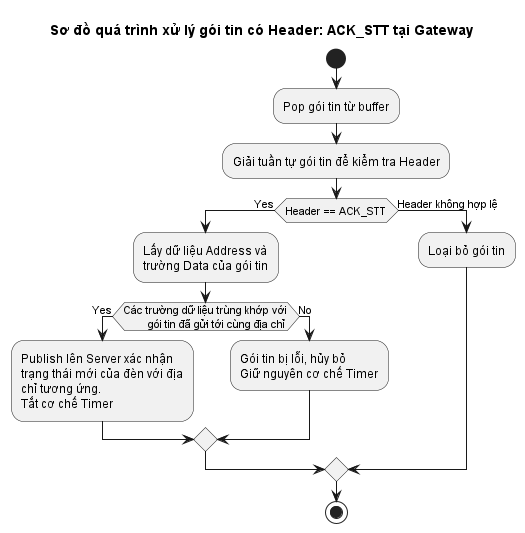
The PlantUML diagram design/out/gateway_ack/gateway_ack.png in laduc11/light_system_iot, before a commit. Source of this version:
```plantuml
@startuml gateway_ack
title Sơ đồ quá trình xử lý gói tin có Header: ACK_STT tại Gateway

start
    :Pop gói tin từ buffer;
    :Giải tuần tự gói tin để kiểm tra Header;

    if (Header == ACK_STT) then (Yes)
        :Lấy dữ liệu Address và
        trường Data của gói tin;
        if (Các trường dữ liệu trùng khớp với
        gói tin đã gửi tới cùng địa chỉ) then (Yes)
            :Publish lên Server xác nhận
            trạng thái mới của đèn với địa
            chỉ tương ứng.
            Tắt cơ chế Timer;
        else (No)
            :Gói tin bị lỗi, hủy bỏ
            Giữ nguyên cơ chế Timer;
        endif
    else (Header không hợp lệ)
        :Loại bỏ gói tin;
    endif
stop
@enduml
```
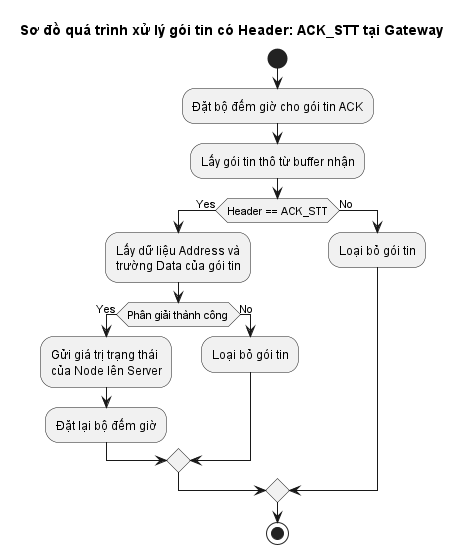
After the commit.

Diff of the diagram source:
```diff
@@ -2,23 +2,20 @@
 title Sơ đồ quá trình xử lý gói tin có Header: ACK_STT tại Gateway
 
 start
-    :Pop gói tin từ buffer;
-    :Giải tuần tự gói tin để kiểm tra Header;
+    :Đặt bộ đếm giờ cho gói tin ACK;
+    :Lấy gói tin thô từ buffer nhận;
 
     if (Header == ACK_STT) then (Yes)
         :Lấy dữ liệu Address và
         trường Data của gói tin;
-        if (Các trường dữ liệu trùng khớp với
-        gói tin đã gửi tới cùng địa chỉ) then (Yes)
-            :Publish lên Server xác nhận
-            trạng thái mới của đèn với địa
-            chỉ tương ứng.
-            Tắt cơ chế Timer;
+        if (Phân giải thành công) then (Yes)
+            :Gửi giá trị trạng thái
+            của Node lên Server;
+            :Đặt lại bộ đếm giờ;
         else (No)
-            :Gói tin bị lỗi, hủy bỏ
-            Giữ nguyên cơ chế Timer;
+            :Loại bỏ gói tin;
         endif
-    else (Header không hợp lệ)
+    else (No)
         :Loại bỏ gói tin;
     endif
 stop
```
